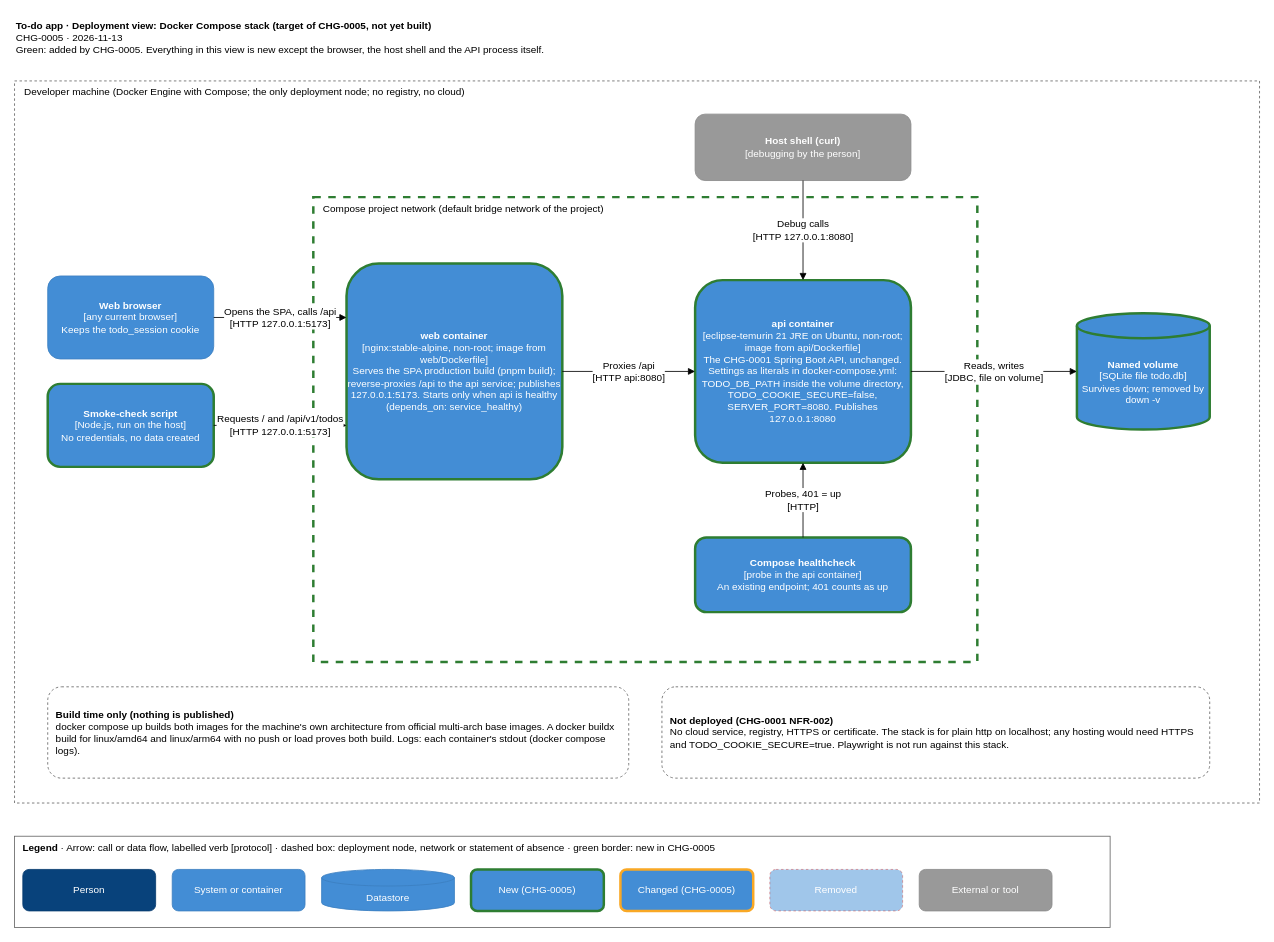
The draw.io diagram docs/architecture/drawio/todo-deployment-compose.drawio in alokkulkarni/testharness2, before the edit. Source tidied: cells renumbered, new cells numbered last; positions are measured from the earlier drawing's top-left corner, leaving out a move shared by most shapes. Both pictures are drawn from the tidied source at 83%, with x=0, y=0 at pixel (14, 14).
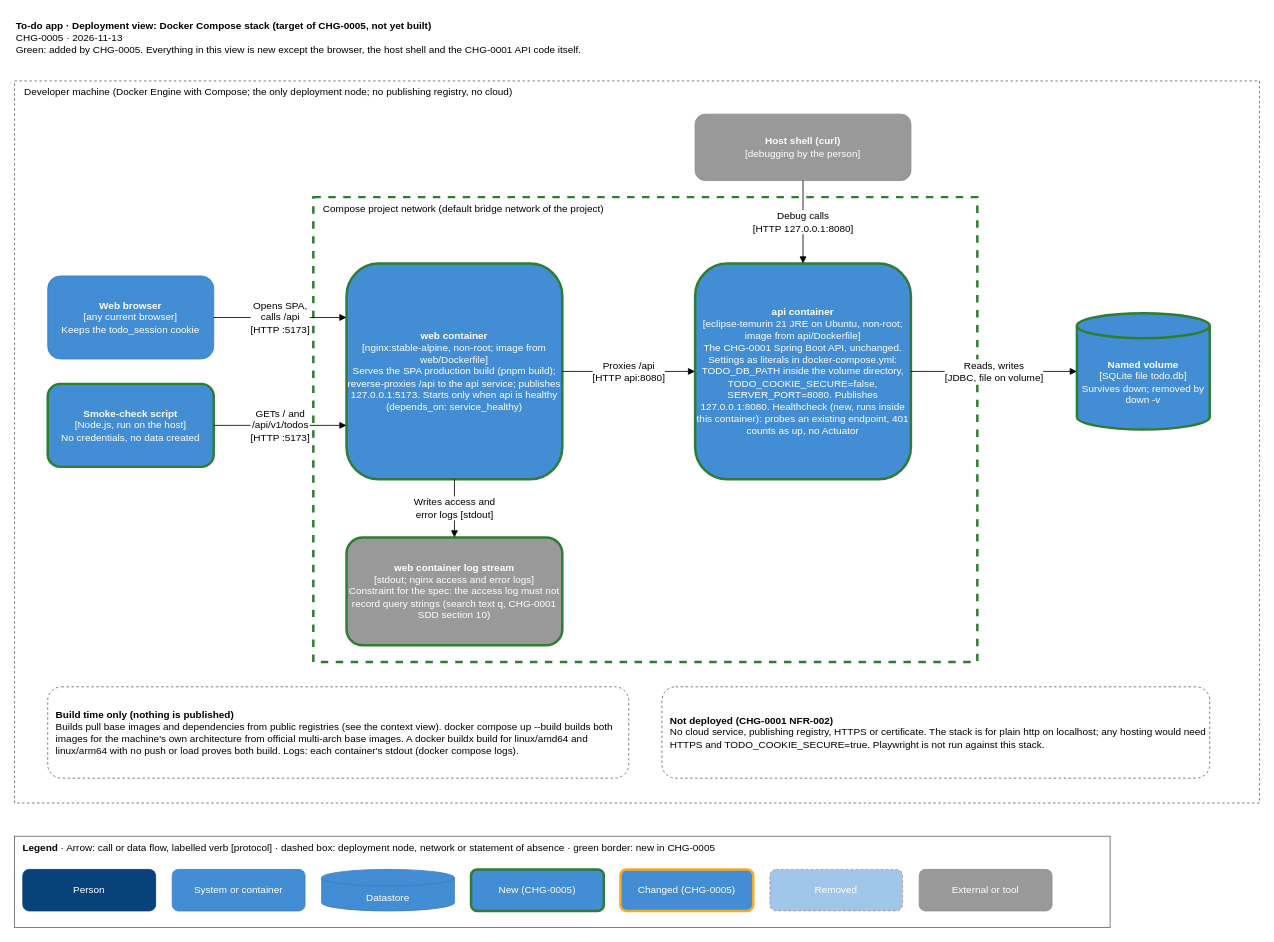
The same diagram, later.

The change refers to these unchanged cells:
```xml
<mxCell id="4" value="&lt;b&gt;Web browser&lt;/b&gt;&lt;br&gt;[any current browser]&lt;br&gt;Keeps the todo_session cookie" style="rounded=1;fontSize=12;whiteSpace=wrap;html=1;fillColor=#438DD5;strokeColor=#3C7FC0;fontColor=#FFFFFF;" parent="3" vertex="1">
  <mxGeometry x="40" y="235" width="200" height="100" as="geometry" />
</mxCell>
<mxCell id="5" value="&lt;b&gt;Smoke-check script&lt;/b&gt;&lt;br&gt;[Node.js, run on the host]&lt;br&gt;No credentials, no data created" style="rounded=1;fontSize=12;whiteSpace=wrap;html=1;fillColor=#438DD5;strokeColor=#2E7D32;strokeWidth=3;fontColor=#FFFFFF;" parent="3" vertex="1">
  <mxGeometry x="40" y="365" width="200" height="100" as="geometry" />
</mxCell>
<mxCell id="7" value="Compose project network (default bridge network of the project)" style="rounded=0;dashed=1;fontSize=12;fillColor=none;strokeColor=#2E7D32;strokeWidth=3;verticalAlign=top;align=left;spacingLeft=10;html=1;" parent="3" vertex="1">
  <mxGeometry x="360" y="140" width="800" height="560" as="geometry" />
</mxCell>
<mxCell id="8" value="&lt;b&gt;web container&lt;/b&gt;&lt;br&gt;[nginx:stable-alpine, non-root; image from web/Dockerfile]&lt;br&gt;Serves the SPA production build (pnpm build); reverse-proxies /api to the api service; publishes 127.0.0.1:5173. Starts only when api is healthy (depends_on: service_healthy)" style="rounded=1;fontSize=12;whiteSpace=wrap;html=1;fillColor=#438DD5;strokeColor=#2E7D32;strokeWidth=3;fontColor=#FFFFFF;" parent="7" vertex="1">
  <mxGeometry x="40" y="80" width="260" height="260" as="geometry" />
</mxCell>
```

What changed in the source:
```diff
@@
-    <mxCell id="2" value="&lt;b&gt;To-do app · Deployment view: Docker Compose stack (target of CHG-0005, not yet built)&lt;/b&gt;&lt;br&gt;CHG-0005 · 2026-11-13&lt;br&gt;Green: added by CHG-0005. Everything in this view is new except the browser, the host shell and the API process itself." style="text;fontSize=12;harness=title;html=1;align=left;verticalAlign=top;whiteSpace=wrap;" parent="1" vertex="1">
+    <mxCell id="2" value="&lt;b&gt;To-do app · Deployment view: Docker Compose stack (target of CHG-0005, not yet built)&lt;/b&gt;&lt;br&gt;CHG-0005 · 2026-11-13&lt;br&gt;Green: added by CHG-0005. Everything in this view is new except the browser, the host shell and the CHG-0001 API code itself." style="text;fontSize=12;harness=title;html=1;align=left;verticalAlign=top;whiteSpace=wrap;" parent="1" vertex="1">
       <mxGeometry width="900" height="70" as="geometry" />
     </mxCell>
-    <mxCell id="3" value="Developer machine (Docker Engine with Compose; the only deployment node; no registry, no cloud)" style="rounded=0;dashed=1;fontSize=12;fillColor=none;strokeColor=#666666;verticalAlign=top;align=left;spacingLeft=10;html=1;" parent="1" vertex="1">
+    <mxCell id="3" value="Developer machine (Docker Engine with Compose; the only deployment node; no publishing registry, no cloud)" style="rounded=0;dashed=1;fontSize=12;fillColor=none;strokeColor=#666666;verticalAlign=top;align=left;spacingLeft=10;html=1;" parent="1" vertex="1">
       <mxGeometry y="80" width="1500" height="870" as="geometry" />
     </mxCell>
@@
-    <mxCell id="9" value="&lt;b&gt;api container&lt;/b&gt;&lt;br&gt;[eclipse-temurin 21 JRE on Ubuntu, non-root; image from api/Dockerfile]&lt;br&gt;The CHG-0001 Spring Boot API, unchanged. Settings as literals in docker-compose.yml: TODO_DB_PATH inside the volume directory, TODO_COOKIE_SECURE=false, SERVER_PORT=8080. Publishes 127.0.0.1:8080" style="rounded=1;fontSize=12;whiteSpace=wrap;html=1;fillColor=#438DD5;strokeColor=#2E7D32;strokeWidth=3;fontColor=#FFFFFF;" parent="7" vertex="1">
-      <mxGeometry x="460" y="100" width="260" height="220" as="geometry" />
+    <mxCell id="9" value="&lt;b&gt;api container&lt;/b&gt;&lt;br&gt;[eclipse-temurin 21 JRE on Ubuntu, non-root; image from api/Dockerfile]&lt;br&gt;The CHG-0001 Spring Boot API, unchanged. Settings as literals in docker-compose.yml: TODO_DB_PATH inside the volume directory, TODO_COOKIE_SECURE=false, SERVER_PORT=8080. Publishes 127.0.0.1:8080. Healthcheck (new, runs inside this container): probes an existing endpoint, 401 counts as up, no Actuator" style="rounded=1;fontSize=12;whiteSpace=wrap;html=1;fillColor=#438DD5;strokeColor=#2E7D32;strokeWidth=3;fontColor=#FFFFFF;" parent="7" vertex="1">
+      <mxGeometry x="460" y="80" width="260" height="260" as="geometry" />
     </mxCell>
-    <mxCell id="10" value="&lt;b&gt;Compose healthcheck&lt;/b&gt;&lt;br&gt;[probe in the api container]&lt;br&gt;An existing endpoint; 401 counts as up" style="rounded=1;fontSize=12;whiteSpace=wrap;html=1;fillColor=#438DD5;strokeColor=#2E7D32;strokeWidth=3;fontColor=#FFFFFF;" parent="7" vertex="1">
-      <mxGeometry x="460" y="410" width="260" height="90" as="geometry" />
-    </mxCell>
+    <mxCell id="28" value="&lt;b&gt;web container log stream&lt;/b&gt;&lt;br&gt;[stdout; nginx access and error logs]&lt;br&gt;Constraint for the spec: the access log must not record query strings (search text q, CHG-0001 SDD section 10)" style="rounded=1;fontSize=12;whiteSpace=wrap;html=1;fillColor=#999999;strokeColor=#2E7D32;strokeWidth=3;fontColor=#FFFFFF;" parent="7" vertex="1">
+      <mxGeometry x="40" y="410" width="260" height="130" as="geometry" />
+    </mxCell>
@@
-    <mxCell id="12" value="&lt;b&gt;Build time only (nothing is published)&lt;/b&gt;&lt;br&gt;docker compose up builds both images for the machine's own architecture from official multi-arch base images. A docker buildx build for linux/amd64 and linux/arm64 with no push or load proves both build. Logs: each container's stdout (docker compose logs)." style="rounded=1;fontSize=12;dashed=1;whiteSpace=wrap;html=1;fillColor=none;strokeColor=#666666;align=left;spacingLeft=8;" parent="3" vertex="1">
+    <mxCell id="12" value="&lt;b&gt;Build time only (nothing is published)&lt;/b&gt;&lt;br&gt;Builds pull base images and dependencies from public registries (see the context view). docker compose up --build builds both images for the machine's own architecture from official multi-arch base images. A docker buildx build for linux/amd64 and linux/arm64 with no push or load proves both build. Logs: each container's stdout (docker compose logs)." style="rounded=1;fontSize=12;dashed=1;whiteSpace=wrap;html=1;fillColor=none;strokeColor=#666666;align=left;spacingLeft=8;" parent="3" vertex="1">
       <mxGeometry x="40" y="730" width="700" height="110" as="geometry" />
     </mxCell>
-    <mxCell id="13" value="&lt;b&gt;Not deployed (CHG-0001 NFR-002)&lt;/b&gt;&lt;br&gt;No cloud service, registry, HTTPS or certificate. The stack is for plain http on localhost; any hosting would need HTTPS and TODO_COOKIE_SECURE=true. Playwright is not run against this stack." style="rounded=1;fontSize=12;dashed=1;whiteSpace=wrap;html=1;fillColor=none;strokeColor=#666666;align=left;spacingLeft=8;" parent="3" vertex="1">
+    <mxCell id="13" value="&lt;b&gt;Not deployed (CHG-0001 NFR-002)&lt;/b&gt;&lt;br&gt;No cloud service, publishing registry, HTTPS or certificate. The stack is for plain http on localhost; any hosting would need HTTPS and TODO_COOKIE_SECURE=true. Playwright is not run against this stack." style="rounded=1;fontSize=12;dashed=1;whiteSpace=wrap;html=1;fillColor=none;strokeColor=#666666;align=left;spacingLeft=8;" parent="3" vertex="1">
       <mxGeometry x="780" y="730" width="660" height="110" as="geometry" />
     </mxCell>
-    <mxCell id="14" value="Opens the SPA, calls /api&lt;br&gt;[HTTP 127.0.0.1:5173]" style="edgeStyle=orthogonalEdgeStyle;rounded=1;html=1;fontSize=12;endArrow=block;labelBackgroundColor=#FFFFFF;exitX=1;exitY=0.5;entryX=0;entryY=0.25;" parent="1" edge="1" source="4" target="8">
+    <mxCell id="14" value="Opens SPA,&lt;br&gt;calls /api&lt;br&gt;[HTTP :5173]" style="edgeStyle=orthogonalEdgeStyle;rounded=1;html=1;fontSize=12;endArrow=block;labelBackgroundColor=#FFFFFF;exitX=1;exitY=0.5;entryX=0;entryY=0.25;" parent="1" edge="1" source="4" target="8">
       <mxGeometry relative="1" as="geometry" />
     </mxCell>
-    <mxCell id="15" value="Requests / and /api/v1/todos&lt;br&gt;[HTTP 127.0.0.1:5173]" style="edgeStyle=orthogonalEdgeStyle;rounded=1;html=1;fontSize=12;endArrow=block;labelBackgroundColor=#FFFFFF;exitX=1;exitY=0.5;entryX=0;entryY=0.75;" parent="1" edge="1" source="5" target="8">
+    <mxCell id="15" value="GETs / and&lt;br&gt;/api/v1/todos&lt;br&gt;[HTTP :5173]" style="edgeStyle=orthogonalEdgeStyle;rounded=1;html=1;fontSize=12;endArrow=block;labelBackgroundColor=#FFFFFF;exitX=1;exitY=0.5;entryX=0;entryY=0.75;" parent="1" edge="1" source="5" target="8">
       <mxGeometry relative="1" as="geometry" />
     </mxCell>
@@
-    <mxCell id="18" value="Probes, 401 = up&lt;br&gt;[HTTP]" style="edgeStyle=orthogonalEdgeStyle;rounded=1;html=1;fontSize=12;endArrow=block;labelBackgroundColor=#FFFFFF;exitX=0.5;exitY=0;entryX=0.5;entryY=1;" parent="1" edge="1" source="10" target="9">
-      <mxGeometry relative="1" as="geometry" />
-    </mxCell>
+    <mxCell id="29" value="Writes access and&lt;br&gt;error logs [stdout]" style="edgeStyle=orthogonalEdgeStyle;rounded=1;html=1;fontSize=12;endArrow=block;labelBackgroundColor=#FFFFFF;exitX=0.5;exitY=1;entryX=0.5;entryY=0;" parent="1" edge="1" source="8" target="28">
+      <mxGeometry relative="1" as="geometry" />
+    </mxCell>
```
